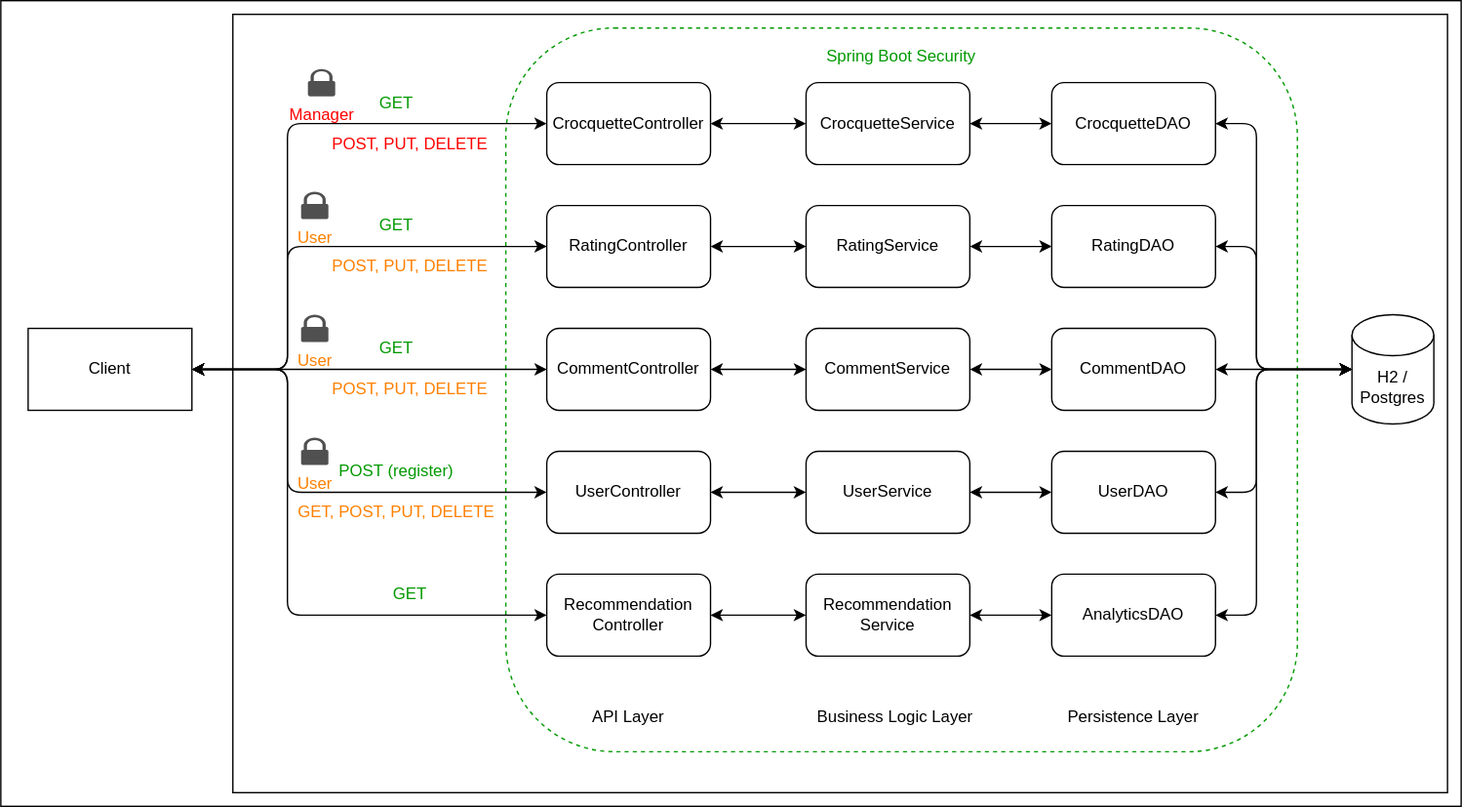
dextreem/krokettenbude keeps this draw.io diagram as docs/concept/img/architecture_components.svg. Above is the earlier version. Source tidied: cells renumbered, new cells last; positions are measured from the earlier drawing's top-left corner, leaving out a move shared by most shapes. Source of this version:
```xml
<mxGraphModel>
  <root>
    <mxCell id="0" />
    <mxCell id="1" parent="0" />
    <mxCell id="2" style="rounded=0;whiteSpace=wrap;html=1;fillColor=default;" parent="1" vertex="1">
      <mxGeometry width="1070" height="590" as="geometry" />
    </mxCell>
    <mxCell id="3" style="rounded=0;whiteSpace=wrap;html=1;fillColor=none;" parent="1" vertex="1">
      <mxGeometry x="170" y="10" width="890" height="570" as="geometry" />
    </mxCell>
    <mxCell id="4" value="&lt;font color=&quot;#009900&quot;&gt;Spring Boot Security&lt;br&gt;&lt;br&gt;&lt;br&gt;&lt;br&gt;&lt;br&gt;&lt;br&gt;&lt;br&gt;&lt;br&gt;&lt;br&gt;&lt;br&gt;&lt;br&gt;&lt;br&gt;&lt;br&gt;&lt;br&gt;&lt;br&gt;&lt;br&gt;&lt;br&gt;&lt;br&gt;&lt;br&gt;&lt;br&gt;&lt;br&gt;&lt;br&gt;&lt;br&gt;&lt;br&gt;&lt;br&gt;&lt;br&gt;&lt;br&gt;&lt;br&gt;&lt;br&gt;&lt;br&gt;&lt;br&gt;&lt;br&gt;&lt;br&gt;&lt;br&gt;&lt;br&gt;&lt;/font&gt;" style="rounded=1;whiteSpace=wrap;html=1;dashed=1;fillColor=none;fontColor=#ffffff;strokeColor=#009900;" parent="1" vertex="1">
      <mxGeometry x="370" y="20" width="580" height="530" as="geometry" />
    </mxCell>
    <mxCell id="5" style="edgeStyle=none;html=1;exitX=1;exitY=0.5;exitDx=0;exitDy=0;startArrow=classic;startFill=1;" parent="1" edge="1" source="6" target="8">
      <mxGeometry relative="1" as="geometry" />
    </mxCell>
    <mxCell id="6" value="CrocquetteController" style="rounded=1;whiteSpace=wrap;html=1;" parent="1" vertex="1">
      <mxGeometry x="400" y="60" width="120" height="60" as="geometry" />
    </mxCell>
    <mxCell id="7" style="edgeStyle=none;html=1;exitX=1;exitY=0.5;exitDx=0;exitDy=0;entryX=0;entryY=0.5;entryDx=0;entryDy=0;startArrow=classic;startFill=1;" parent="1" edge="1" source="8" target="10">
      <mxGeometry relative="1" as="geometry" />
    </mxCell>
    <mxCell id="8" value="CrocquetteService" style="rounded=1;whiteSpace=wrap;html=1;" parent="1" vertex="1">
      <mxGeometry x="590" y="60" width="120" height="60" as="geometry" />
    </mxCell>
    <mxCell id="9" style="edgeStyle=none;html=1;exitX=1;exitY=0.5;exitDx=0;exitDy=0;entryX=0;entryY=0.5;entryDx=0;entryDy=0;entryPerimeter=0;startArrow=classic;startFill=1;" parent="1" edge="1" source="10" target="13">
      <mxGeometry relative="1" as="geometry">
        <Array as="points">
          <mxPoint x="920" y="90" />
          <mxPoint x="920" y="270" />
        </Array>
      </mxGeometry>
    </mxCell>
    <mxCell id="10" value="CrocquetteDAO" style="rounded=1;whiteSpace=wrap;html=1;" parent="1" vertex="1">
      <mxGeometry x="770" y="60" width="120" height="60" as="geometry" />
    </mxCell>
    <mxCell id="11" style="edgeStyle=none;html=1;exitX=1;exitY=0.5;exitDx=0;exitDy=0;entryX=0;entryY=0.5;entryDx=0;entryDy=0;startArrow=classic;startFill=1;" parent="1" edge="1" source="12" target="6">
      <mxGeometry relative="1" as="geometry">
        <Array as="points">
          <mxPoint x="210" y="270" />
          <mxPoint x="210" y="90" />
        </Array>
      </mxGeometry>
    </mxCell>
    <mxCell id="12" value="Client" style="rounded=0;whiteSpace=wrap;html=1;" parent="1" vertex="1">
      <mxGeometry x="20" y="240" width="120" height="60" as="geometry" />
    </mxCell>
    <mxCell id="13" value="H2 / Postgres" style="shape=cylinder3;whiteSpace=wrap;html=1;boundedLbl=1;backgroundOutline=1;size=15;rounded=1;" parent="1" vertex="1">
      <mxGeometry x="990" y="230" width="60" height="80" as="geometry" />
    </mxCell>
    <mxCell id="14" style="edgeStyle=none;html=1;exitX=1;exitY=0.5;exitDx=0;exitDy=0;entryX=0;entryY=0.5;entryDx=0;entryDy=0;startArrow=classic;startFill=1;" parent="1" edge="1" source="16" target="18">
      <mxGeometry relative="1" as="geometry" />
    </mxCell>
    <mxCell id="15" style="edgeStyle=none;html=1;exitX=0;exitY=0.5;exitDx=0;exitDy=0;startArrow=classic;startFill=1;entryX=1;entryY=0.5;entryDx=0;entryDy=0;" parent="1" edge="1" source="16" target="12">
      <mxGeometry relative="1" as="geometry" />
    </mxCell>
    <mxCell id="16" value="CommentController" style="rounded=1;whiteSpace=wrap;html=1;" parent="1" vertex="1">
      <mxGeometry x="400" y="240" width="120" height="60" as="geometry" />
    </mxCell>
    <mxCell id="17" style="edgeStyle=none;html=1;exitX=1;exitY=0.5;exitDx=0;exitDy=0;entryX=0;entryY=0.5;entryDx=0;entryDy=0;startArrow=classic;startFill=1;" parent="1" edge="1" source="18" target="20">
      <mxGeometry relative="1" as="geometry" />
    </mxCell>
    <mxCell id="18" value="CommentService" style="rounded=1;whiteSpace=wrap;html=1;" parent="1" vertex="1">
      <mxGeometry x="590" y="240" width="120" height="60" as="geometry" />
    </mxCell>
    <mxCell id="19" style="edgeStyle=none;html=1;exitX=1;exitY=0.5;exitDx=0;exitDy=0;startArrow=classic;startFill=1;" parent="1" edge="1" source="20">
      <mxGeometry relative="1" as="geometry">
        <mxPoint x="990" y="270" as="targetPoint" />
      </mxGeometry>
    </mxCell>
    <mxCell id="20" value="CommentDAO" style="rounded=1;whiteSpace=wrap;html=1;" parent="1" vertex="1">
      <mxGeometry x="770" y="240" width="120" height="60" as="geometry" />
    </mxCell>
    <mxCell id="21" style="edgeStyle=none;html=1;exitX=1;exitY=0.5;exitDx=0;exitDy=0;entryX=0;entryY=0.5;entryDx=0;entryDy=0;startArrow=classic;startFill=1;" parent="1" edge="1" source="23" target="25">
      <mxGeometry relative="1" as="geometry" />
    </mxCell>
    <mxCell id="22" style="edgeStyle=none;html=1;exitX=0;exitY=0.5;exitDx=0;exitDy=0;startArrow=classic;startFill=1;" parent="1" edge="1" source="23">
      <mxGeometry relative="1" as="geometry">
        <mxPoint x="140" y="270" as="targetPoint" />
        <Array as="points">
          <mxPoint x="210" y="180" />
          <mxPoint x="210" y="270" />
        </Array>
      </mxGeometry>
    </mxCell>
    <mxCell id="23" value="RatingController" style="rounded=1;whiteSpace=wrap;html=1;" parent="1" vertex="1">
      <mxGeometry x="400" y="150" width="120" height="60" as="geometry" />
    </mxCell>
    <mxCell id="24" style="edgeStyle=none;html=1;exitX=1;exitY=0.5;exitDx=0;exitDy=0;entryX=0;entryY=0.5;entryDx=0;entryDy=0;startArrow=classic;startFill=1;" parent="1" edge="1" source="25" target="27">
      <mxGeometry relative="1" as="geometry" />
    </mxCell>
    <mxCell id="25" value="RatingService" style="rounded=1;whiteSpace=wrap;html=1;" parent="1" vertex="1">
      <mxGeometry x="590" y="150" width="120" height="60" as="geometry" />
    </mxCell>
    <mxCell id="26" style="edgeStyle=none;html=1;exitX=1;exitY=0.5;exitDx=0;exitDy=0;startArrow=classic;startFill=1;" parent="1" edge="1" source="27">
      <mxGeometry relative="1" as="geometry">
        <mxPoint x="990" y="270" as="targetPoint" />
        <Array as="points">
          <mxPoint x="920" y="180" />
          <mxPoint x="920" y="270" />
        </Array>
      </mxGeometry>
    </mxCell>
    <mxCell id="27" value="RatingDAO" style="rounded=1;whiteSpace=wrap;html=1;" parent="1" vertex="1">
      <mxGeometry x="770" y="150" width="120" height="60" as="geometry" />
    </mxCell>
    <mxCell id="28" style="edgeStyle=none;html=1;exitX=1;exitY=0.5;exitDx=0;exitDy=0;startArrow=classic;startFill=1;" parent="1" edge="1" source="30" target="32">
      <mxGeometry relative="1" as="geometry" />
    </mxCell>
    <mxCell id="29" style="edgeStyle=none;html=1;exitX=0;exitY=0.5;exitDx=0;exitDy=0;startArrow=classic;startFill=1;entryX=1;entryY=0.5;entryDx=0;entryDy=0;" parent="1" edge="1" source="30" target="12">
      <mxGeometry relative="1" as="geometry">
        <Array as="points">
          <mxPoint x="210" y="360" />
          <mxPoint x="210" y="270" />
        </Array>
      </mxGeometry>
    </mxCell>
    <mxCell id="30" value="UserController" style="rounded=1;whiteSpace=wrap;html=1;" parent="1" vertex="1">
      <mxGeometry x="400" y="330" width="120" height="60" as="geometry" />
    </mxCell>
    <mxCell id="31" style="edgeStyle=none;html=1;exitX=1;exitY=0.5;exitDx=0;exitDy=0;entryX=0;entryY=0.5;entryDx=0;entryDy=0;startArrow=classic;startFill=1;" parent="1" edge="1" source="32" target="34">
      <mxGeometry relative="1" as="geometry" />
    </mxCell>
    <mxCell id="32" value="UserService" style="rounded=1;whiteSpace=wrap;html=1;" parent="1" vertex="1">
      <mxGeometry x="590" y="330" width="120" height="60" as="geometry" />
    </mxCell>
    <mxCell id="33" style="edgeStyle=none;html=1;exitX=1;exitY=0.5;exitDx=0;exitDy=0;startArrow=classic;startFill=1;" parent="1" edge="1" source="34">
      <mxGeometry relative="1" as="geometry">
        <mxPoint x="990" y="270" as="targetPoint" />
        <Array as="points">
          <mxPoint x="920" y="360" />
          <mxPoint x="920" y="270" />
        </Array>
      </mxGeometry>
    </mxCell>
    <mxCell id="34" value="UserDAO" style="rounded=1;whiteSpace=wrap;html=1;" parent="1" vertex="1">
      <mxGeometry x="770" y="330" width="120" height="60" as="geometry" />
    </mxCell>
    <mxCell id="35" style="edgeStyle=none;html=1;exitX=1;exitY=0.5;exitDx=0;exitDy=0;entryX=0;entryY=0.5;entryDx=0;entryDy=0;startArrow=classic;startFill=1;" parent="1" edge="1" source="37" target="39">
      <mxGeometry relative="1" as="geometry" />
    </mxCell>
    <mxCell id="36" style="edgeStyle=none;html=1;exitX=0;exitY=0.5;exitDx=0;exitDy=0;startArrow=classic;startFill=1;entryX=1;entryY=0.5;entryDx=0;entryDy=0;" parent="1" edge="1" source="37" target="12">
      <mxGeometry relative="1" as="geometry">
        <Array as="points">
          <mxPoint x="210" y="450" />
          <mxPoint x="210" y="270" />
        </Array>
      </mxGeometry>
    </mxCell>
    <mxCell id="37" value="Recommendation&lt;br&gt;Controller" style="rounded=1;whiteSpace=wrap;html=1;" parent="1" vertex="1">
      <mxGeometry x="400" y="420" width="120" height="60" as="geometry" />
    </mxCell>
    <mxCell id="38" style="edgeStyle=none;html=1;exitX=1;exitY=0.5;exitDx=0;exitDy=0;entryX=0;entryY=0.5;entryDx=0;entryDy=0;startArrow=classic;startFill=1;" parent="1" edge="1" source="39" target="41">
      <mxGeometry relative="1" as="geometry" />
    </mxCell>
    <mxCell id="39" value="Recommendation&lt;br&gt;Service" style="rounded=1;whiteSpace=wrap;html=1;" parent="1" vertex="1">
      <mxGeometry x="590" y="420" width="120" height="60" as="geometry" />
    </mxCell>
    <mxCell id="40" style="edgeStyle=none;html=1;exitX=1;exitY=0.5;exitDx=0;exitDy=0;startArrow=classic;startFill=1;" parent="1" edge="1" source="41">
      <mxGeometry relative="1" as="geometry">
        <mxPoint x="990" y="270" as="targetPoint" />
        <Array as="points">
          <mxPoint x="920" y="450" />
          <mxPoint x="920" y="270" />
        </Array>
      </mxGeometry>
    </mxCell>
    <mxCell id="41" value="AnalyticsDAO" style="rounded=1;whiteSpace=wrap;html=1;" parent="1" vertex="1">
      <mxGeometry x="770" y="420" width="120" height="60" as="geometry" />
    </mxCell>
    <mxCell id="42" value="API Layer" style="text;strokeColor=none;align=center;fillColor=none;html=1;verticalAlign=middle;whiteSpace=wrap;rounded=0;" parent="1" vertex="1">
      <mxGeometry x="430" y="510" width="60" height="30" as="geometry" />
    </mxCell>
    <mxCell id="43" value="Business Logic Layer" style="text;strokeColor=none;align=center;fillColor=none;html=1;verticalAlign=middle;whiteSpace=wrap;rounded=0;" parent="1" vertex="1">
      <mxGeometry x="597" y="510" width="117" height="30" as="geometry" />
    </mxCell>
    <mxCell id="44" value="Persistence Layer" style="text;strokeColor=none;align=center;fillColor=none;html=1;verticalAlign=middle;whiteSpace=wrap;rounded=0;" parent="1" vertex="1">
      <mxGeometry x="780" y="510" width="100" height="30" as="geometry" />
    </mxCell>
    <mxCell id="45" value="&lt;font color=&quot;#009900&quot;&gt;GET&lt;/font&gt;" style="text;strokeColor=none;align=center;fillColor=none;html=1;verticalAlign=middle;whiteSpace=wrap;rounded=0;" parent="1" vertex="1">
      <mxGeometry x="260" y="60" width="60" height="30" as="geometry" />
    </mxCell>
    <mxCell id="46" value="&lt;font color=&quot;#009900&quot;&gt;GET&lt;/font&gt;" style="text;strokeColor=none;align=center;fillColor=none;html=1;verticalAlign=middle;whiteSpace=wrap;rounded=0;" parent="1" vertex="1">
      <mxGeometry x="260" y="150" width="60" height="30" as="geometry" />
    </mxCell>
    <mxCell id="47" value="&lt;font color=&quot;#009900&quot;&gt;GET&lt;/font&gt;" style="text;strokeColor=none;align=center;fillColor=none;html=1;verticalAlign=middle;whiteSpace=wrap;rounded=0;" parent="1" vertex="1">
      <mxGeometry x="260" y="240" width="60" height="30" as="geometry" />
    </mxCell>
    <mxCell id="48" value="&lt;font color=&quot;#009900&quot;&gt;GET&lt;/font&gt;" style="text;strokeColor=none;align=center;fillColor=none;html=1;verticalAlign=middle;whiteSpace=wrap;rounded=0;" parent="1" vertex="1">
      <mxGeometry x="270" y="420" width="60" height="30" as="geometry" />
    </mxCell>
    <mxCell id="49" value="&lt;font color=&quot;#ff0000&quot;&gt;POST, PUT, DELETE&lt;/font&gt;" style="text;strokeColor=none;align=center;fillColor=none;html=1;verticalAlign=middle;whiteSpace=wrap;rounded=0;" parent="1" vertex="1">
      <mxGeometry x="230" y="90" width="140" height="30" as="geometry" />
    </mxCell>
    <mxCell id="50" value="&lt;font color=&quot;#ff8000&quot;&gt;POST, PUT, DELETE&lt;/font&gt;" style="text;strokeColor=none;align=center;fillColor=none;html=1;verticalAlign=middle;whiteSpace=wrap;rounded=0;" parent="1" vertex="1">
      <mxGeometry x="230" y="180" width="140" height="30" as="geometry" />
    </mxCell>
    <mxCell id="51" value="&lt;font color=&quot;#ff8000&quot;&gt;POST, PUT, DELETE&lt;/font&gt;" style="text;strokeColor=none;align=center;fillColor=none;html=1;verticalAlign=middle;whiteSpace=wrap;rounded=0;" parent="1" vertex="1">
      <mxGeometry x="230" y="270" width="140" height="30" as="geometry" />
    </mxCell>
    <mxCell id="52" value="&lt;font color=&quot;#ff8000&quot;&gt;GET, POST, PUT, DELETE&lt;/font&gt;" style="text;strokeColor=none;align=center;fillColor=none;html=1;verticalAlign=middle;whiteSpace=wrap;rounded=0;" parent="1" vertex="1">
      <mxGeometry x="210" y="360" width="160" height="30" as="geometry" />
    </mxCell>
    <mxCell id="53" value="&lt;font color=&quot;#009900&quot;&gt;POST (register)&lt;/font&gt;" style="text;strokeColor=none;align=center;fillColor=none;html=1;verticalAlign=middle;whiteSpace=wrap;rounded=0;" parent="1" vertex="1">
      <mxGeometry x="225" y="330" width="130" height="30" as="geometry" />
    </mxCell>
    <mxCell id="54" value="&lt;font color=&quot;#ff0000&quot;&gt;Manager&lt;/font&gt;" style="sketch=0;shadow=0;dashed=0;html=1;strokeColor=none;fillColor=#505050;labelPosition=center;verticalLabelPosition=bottom;verticalAlign=top;align=center;shape=mxgraph.office.security.lock_protected;fontColor=#FFFF33;" parent="1" vertex="1">
      <mxGeometry x="225" y="50" width="20" height="20" as="geometry" />
    </mxCell>
    <mxCell id="55" value="&lt;font color=&quot;#ff8000&quot;&gt;User&lt;/font&gt;" style="sketch=0;shadow=0;dashed=0;html=1;strokeColor=none;fillColor=#505050;labelPosition=center;verticalLabelPosition=bottom;verticalAlign=top;align=center;shape=mxgraph.office.security.lock_protected;fontColor=#FFFF33;" parent="1" vertex="1">
      <mxGeometry x="220" y="140" width="20" height="20" as="geometry" />
    </mxCell>
    <mxCell id="56" value="&lt;font color=&quot;#ff8000&quot;&gt;User&lt;/font&gt;" style="sketch=0;shadow=0;dashed=0;html=1;strokeColor=none;fillColor=#505050;labelPosition=center;verticalLabelPosition=bottom;verticalAlign=top;align=center;shape=mxgraph.office.security.lock_protected;fontColor=#FFFF33;" parent="1" vertex="1">
      <mxGeometry x="220" y="230" width="20" height="20" as="geometry" />
    </mxCell>
    <mxCell id="57" value="&lt;font color=&quot;#ff8000&quot;&gt;User&lt;/font&gt;" style="sketch=0;shadow=0;dashed=0;html=1;strokeColor=none;fillColor=#505050;labelPosition=center;verticalLabelPosition=bottom;verticalAlign=top;align=center;shape=mxgraph.office.security.lock_protected;fontColor=#FFFF33;" parent="1" vertex="1">
      <mxGeometry x="220" y="320" width="20" height="20" as="geometry" />
    </mxCell>
  </root>
</mxGraphModel>
```
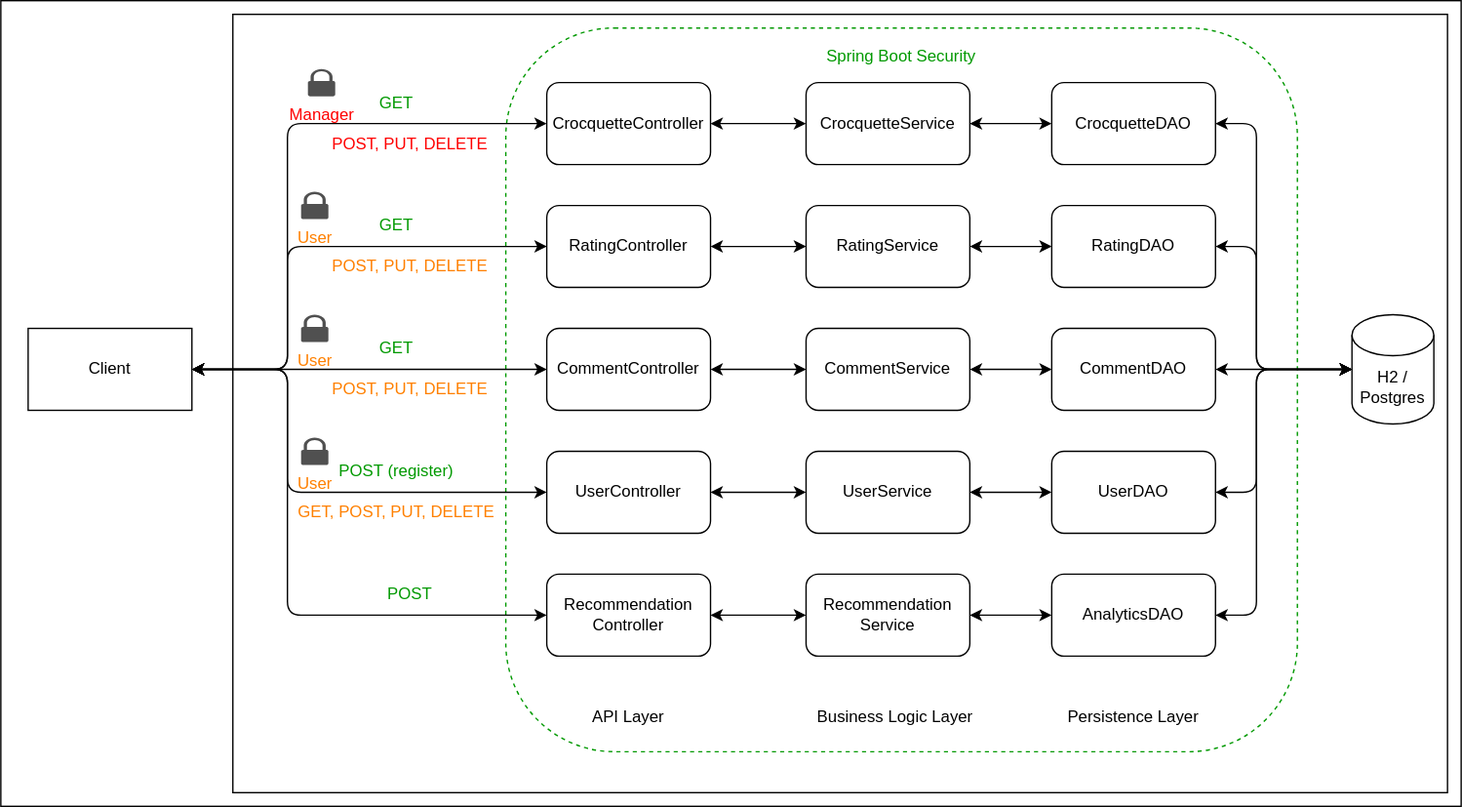
Above is the later version.

What changed in the source:
```diff
@@ -186,7 +186,7 @@
     <mxCell id="47" value="&lt;font color=&quot;#009900&quot;&gt;GET&lt;/font&gt;" style="text;strokeColor=none;align=center;fillColor=none;html=1;verticalAlign=middle;whiteSpace=wrap;rounded=0;" parent="1" vertex="1">
       <mxGeometry x="260" y="240" width="60" height="30" as="geometry" />
     </mxCell>
-    <mxCell id="48" value="&lt;font color=&quot;#009900&quot;&gt;GET&lt;/font&gt;" style="text;strokeColor=none;align=center;fillColor=none;html=1;verticalAlign=middle;whiteSpace=wrap;rounded=0;" parent="1" vertex="1">
+    <mxCell id="48" value="&lt;font color=&quot;#009900&quot;&gt;POST&lt;/font&gt;" style="text;strokeColor=none;align=center;fillColor=none;html=1;verticalAlign=middle;whiteSpace=wrap;rounded=0;" parent="1" vertex="1">
       <mxGeometry x="270" y="420" width="60" height="30" as="geometry" />
     </mxCell>
     <mxCell id="49" value="&lt;font color=&quot;#ff0000&quot;&gt;POST, PUT, DELETE&lt;/font&gt;" style="text;strokeColor=none;align=center;fillColor=none;html=1;verticalAlign=middle;whiteSpace=wrap;rounded=0;" parent="1" vertex="1">
```
